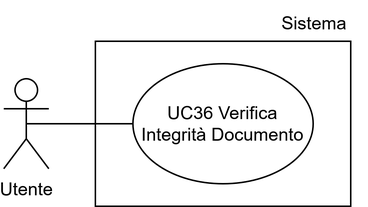
This is assets/uml/UC36.png from 7-ZPUs/Docs, a draw.io export, as it was before one commit. Source tidied: cells renumbered, new cells last; positions are measured from the earlier drawing's top-left corner, leaving out a move shared by most shapes. Source of this version:
```xml
<mxGraphModel>
  <root>
    <mxCell id="0" />
    <mxCell id="1" parent="0" />
    <mxCell id="2" style="rounded=0;whiteSpace=wrap;html=1;" parent="1" vertex="1">
      <mxGeometry x="61" y="27" width="170" height="110" as="geometry" />
    </mxCell>
    <mxCell id="3" value="Utente" style="shape=umlActor;verticalLabelPosition=bottom;verticalAlign=top;html=1;outlineConnect=0;" parent="1" vertex="1">
      <mxGeometry y="52" width="30" height="60" as="geometry" />
    </mxCell>
    <mxCell id="4" value="UC36 Verifica Integrità Documento" style="ellipse;whiteSpace=wrap;html=1;" parent="1" vertex="1">
      <mxGeometry x="86" y="42" width="120" height="80" as="geometry" />
    </mxCell>
    <mxCell id="5" style="endArrow=none;html=1;rounded=0;exitX=0;exitY=0.5;exitDx=0;exitDy=0;entryX=0.5;entryY=0.5;entryDx=0;entryDy=0;entryPerimeter=0;" parent="1" edge="1" source="4" target="3">
      <mxGeometry relative="1" as="geometry" />
    </mxCell>
    <mxCell id="6" value="&lt;div&gt;Sistema&lt;/div&gt;" style="text;html=1;whiteSpace=wrap;strokeColor=none;fillColor=none;align=center;verticalAlign=middle;rounded=0;" parent="1" vertex="1">
      <mxGeometry x="172" width="70" height="30" as="geometry" />
    </mxCell>
  </root>
</mxGraphModel>
```
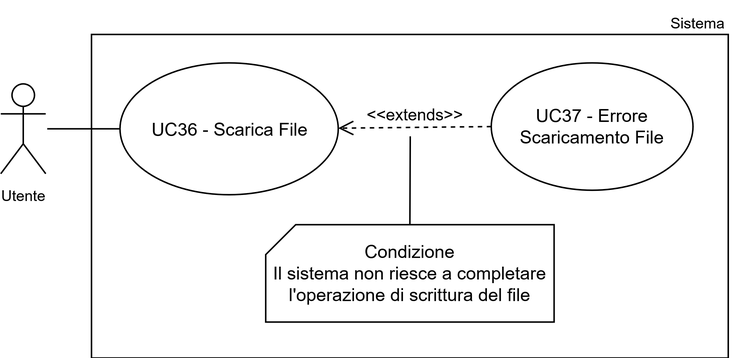
After the change.

Diff of the diagram source:
```diff
@@ -2,20 +2,36 @@
   <root>
     <mxCell id="0" />
     <mxCell id="1" parent="0" />
-    <mxCell id="2" style="rounded=0;whiteSpace=wrap;html=1;" parent="1" vertex="1">
-      <mxGeometry x="61" y="27" width="170" height="110" as="geometry" />
+    <mxCell id="2" style="whiteSpace=wrap;html=1;" parent="1" vertex="1">
+      <mxGeometry x="513.5" y="1054.5" width="424.5" height="216" as="geometry" />
     </mxCell>
-    <mxCell id="3" value="Utente" style="shape=umlActor;verticalLabelPosition=bottom;verticalAlign=top;html=1;outlineConnect=0;" parent="1" vertex="1">
-      <mxGeometry y="52" width="30" height="60" as="geometry" />
+    <mxCell id="3" value="&lt;div&gt;UC36 - Scarica File&lt;br/&gt;&lt;/div&gt;" style="ellipse;whiteSpace=wrap;html=1;" parent="1" vertex="1">
+      <mxGeometry x="532.5" y="1073.5" width="145.5" height="88" as="geometry" />
     </mxCell>
-    <mxCell id="4" value="UC36 Verifica Integrità Documento" style="ellipse;whiteSpace=wrap;html=1;" parent="1" vertex="1">
-      <mxGeometry x="86" y="42" width="120" height="80" as="geometry" />
+    <mxCell id="4" value="&lt;font style=&quot;font-size: 10px;&quot;&gt;Utente&lt;/font&gt;" style="shape=umlActor;verticalLabelPosition=bottom;verticalAlign=top;html=1;outlineConnect=0;" parent="1" vertex="1">
+      <mxGeometry x="453" y="1087.5" width="30" height="60" as="geometry" />
     </mxCell>
-    <mxCell id="5" style="endArrow=none;html=1;rounded=0;exitX=0;exitY=0.5;exitDx=0;exitDy=0;entryX=0.5;entryY=0.5;entryDx=0;entryDy=0;entryPerimeter=0;" parent="1" edge="1" source="4" target="3">
-      <mxGeometry relative="1" as="geometry" />
+    <mxCell id="5" style="endArrow=none;html=1;rounded=0;entryX=0;entryY=0.5;entryDx=0;entryDy=0;" parent="1" edge="1" target="3">
+      <mxGeometry relative="1" as="geometry">
+        <mxPoint x="484" y="1117.5" as="sourcePoint" />
+      </mxGeometry>
     </mxCell>
-    <mxCell id="6" value="&lt;div&gt;Sistema&lt;/div&gt;" style="text;html=1;whiteSpace=wrap;strokeColor=none;fillColor=none;align=center;verticalAlign=middle;rounded=0;" parent="1" vertex="1">
-      <mxGeometry x="172" width="70" height="30" as="geometry" />
+    <mxCell id="6" value="UC37 - Errore Scaricamento File" style="ellipse;whiteSpace=wrap;html=1;" parent="1" vertex="1">
+      <mxGeometry x="780" y="1073.5" width="134.5" height="85" as="geometry" />
     </mxCell>
+    <mxCell id="7" value="&amp;lt;&amp;lt;extends&amp;gt;&amp;gt;" style="html=1;verticalAlign=bottom;endArrow=open;dashed=1;endSize=8;curved=0;rounded=0;endFill=0;exitX=0;exitY=0.5;exitDx=0;exitDy=0;" parent="1" edge="1" source="6" target="3">
+      <mxGeometry relative="1" as="geometry" />
+    </mxCell>
+    <mxCell id="8" value="Condizione&lt;div&gt;Il sistema non riesce a completare l'operazione di scrittura del file&lt;/div&gt;" style="shape=card;whiteSpace=wrap;html=1;size=20;" parent="1" vertex="1">
+      <mxGeometry x="629.6" y="1181.5" width="192.2" height="65" as="geometry" />
+    </mxCell>
+    <mxCell id="9" style="endArrow=none;startArrow=none;html=1;rounded=0;entryX=0.5;entryY=0;entryDx=0;entryDy=0;entryPerimeter=0;startFill=0;endFill=0;" parent="1" edge="1" target="8">
+      <mxGeometry relative="1" as="geometry">
+        <mxPoint x="726" y="1122.5" as="sourcePoint" />
+      </mxGeometry>
+    </mxCell>
+    <mxCell id="10" value="Sistema" style="text;html=1;whiteSpace=wrap;strokeColor=none;fillColor=none;align=center;verticalAlign=middle;rounded=0;fontSize=10;" parent="1" vertex="1">
+      <mxGeometry x="888" y="1032" width="60" height="30" as="geometry" />
+    </mxCell>
   </root>
 </mxGraphModel>
```
